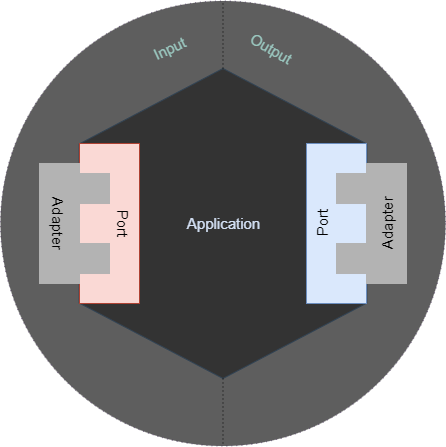
The draw.io diagram pic/六边形架构.drawio.png in guxdong/imgrepo, before a commit. Source tidied: cells renumbered, new cells last; positions are measured from the earlier drawing's top-left corner, leaving out a move shared by most shapes.
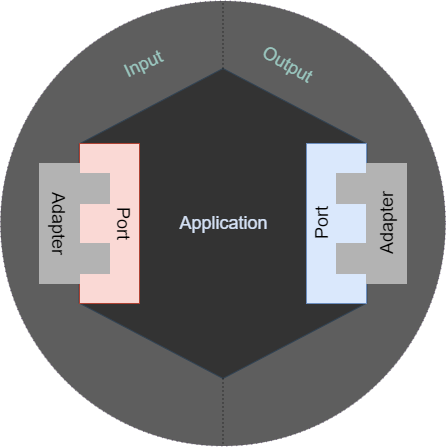
After the change.

Commit message:
更新六边形架构.drawio.png

What changed in the source:
```diff
@@ -2,71 +2,71 @@
   <root>
     <mxCell id="0" />
     <mxCell id="1" parent="0" />
-    <mxCell id="2" style="ellipse;whiteSpace=wrap;html=1;fillColor=#1A1A1A;strokeColor=#432D57;dashed=1;dashPattern=1 4;opacity=70;fontColor=#ffffff;fontSize=15;" parent="1" vertex="1">
+    <mxCell id="2" style="ellipse;whiteSpace=wrap;html=1;fillColor=#1A1A1A;strokeColor=#432D57;dashed=1;dashPattern=1 4;opacity=70;fontColor=#ffffff;fontSize=18;" parent="1" vertex="1">
       <mxGeometry y="0.5" width="445" height="445" as="geometry" />
     </mxCell>
-    <mxCell id="3" style="shape=hexagon;perimeter=hexagonPerimeter2;whiteSpace=wrap;html=1;fixedSize=1;size=75.5;rotation=90;fillColor=#333333;strokeColor=#314354;fontColor=#ffffff;fontSize=15;" parent="1" vertex="1">
+    <mxCell id="3" style="shape=hexagon;perimeter=hexagonPerimeter2;whiteSpace=wrap;html=1;fixedSize=1;size=75.5;rotation=90;fillColor=#333333;strokeColor=#314354;fontColor=#ffffff;fontSize=18;" parent="1" vertex="1">
       <mxGeometry x="67.5" y="79.1" width="310" height="287.8" as="geometry" />
     </mxCell>
-    <mxCell id="4" style="endArrow=none;dashed=1;html=1;dashPattern=1 3;strokeWidth=1;rounded=0;entryX=0.5;entryY=0;entryDx=0;entryDy=0;exitX=0;exitY=0.5;exitDx=0;exitDy=0;fontSize=15;" parent="1" edge="1" source="3" target="2">
+    <mxCell id="4" style="endArrow=none;dashed=1;html=1;dashPattern=1 3;strokeWidth=1;rounded=0;entryX=0.5;entryY=0;entryDx=0;entryDy=0;exitX=0;exitY=0.5;exitDx=0;exitDy=0;fontSize=18;" parent="1" edge="1" source="3" target="2">
       <mxGeometry relative="1" as="geometry" />
     </mxCell>
-    <mxCell id="5" style="endArrow=none;dashed=1;html=1;dashPattern=1 3;strokeWidth=1;rounded=0;exitX=1;exitY=0.5;exitDx=0;exitDy=0;entryX=0.5;entryY=1;entryDx=0;entryDy=0;fontSize=15;" parent="1" edge="1" source="3" target="2">
+    <mxCell id="5" style="endArrow=none;dashed=1;html=1;dashPattern=1 3;strokeWidth=1;rounded=0;exitX=1;exitY=0.5;exitDx=0;exitDy=0;entryX=0.5;entryY=1;entryDx=0;entryDy=0;fontSize=18;" parent="1" edge="1" source="3" target="2">
       <mxGeometry relative="1" as="geometry" />
     </mxCell>
-    <mxCell id="6" style="rounded=0;whiteSpace=wrap;html=1;fillColor=#fad9d5;strokeColor=#ae4132;fontSize=15;" parent="1" vertex="1">
+    <mxCell id="6" style="rounded=0;whiteSpace=wrap;html=1;fillColor=#fad9d5;strokeColor=#ae4132;fontSize=18;" parent="1" vertex="1">
       <mxGeometry x="79" y="143" width="60" height="160" as="geometry" />
     </mxCell>
-    <mxCell id="7" style="group;fillColor=none;glass=1;fontSize=15;" parent="1" vertex="1">
-      <mxGeometry x="39" y="163" width="109" height="120" as="geometry" />
+    <mxCell id="7" style="group;fillColor=none;glass=1;fontSize=18;" parent="1" vertex="1">
+      <mxGeometry x="39" y="163" width="114" height="120" as="geometry" />
     </mxCell>
-    <mxCell id="8" style="rounded=0;whiteSpace=wrap;html=1;fillColor=#B3B3B3;strokeColor=#B3B3B3;fontSize=15;" parent="7" vertex="1">
+    <mxCell id="8" style="rounded=0;whiteSpace=wrap;html=1;fillColor=#B3B3B3;strokeColor=#B3B3B3;fontSize=18;" parent="7" vertex="1">
       <mxGeometry x="40" y="10" width="30" height="30" as="geometry" />
     </mxCell>
-    <mxCell id="9" style="rounded=0;whiteSpace=wrap;html=1;fillColor=#B3B3B3;strokeColor=#B3B3B3;fontSize=15;" parent="7" vertex="1">
+    <mxCell id="9" style="rounded=0;whiteSpace=wrap;html=1;fillColor=#B3B3B3;strokeColor=#B3B3B3;fontSize=18;" parent="7" vertex="1">
       <mxGeometry width="40" height="120" as="geometry" />
     </mxCell>
-    <mxCell id="10" style="rounded=0;whiteSpace=wrap;html=1;fillColor=#B3B3B3;strokeColor=#B3B3B3;fontSize=15;" parent="7" vertex="1">
+    <mxCell id="10" style="rounded=0;whiteSpace=wrap;html=1;fillColor=#B3B3B3;strokeColor=#B3B3B3;fontSize=18;" parent="7" vertex="1">
       <mxGeometry x="40" y="80" width="30" height="30" as="geometry" />
     </mxCell>
-    <mxCell id="11" value="Adapter" style="text;html=1;align=center;verticalAlign=middle;strokeColor=none;fillColor=none;rotation=90;fontSize=15;" parent="7" vertex="1">
-      <mxGeometry x="-21" y="45" width="80" height="30" as="geometry" />
+    <mxCell id="11" value="Adapter" style="text;html=1;align=center;verticalAlign=middle;strokeColor=none;fillColor=none;rotation=90;fontSize=18;" parent="7" vertex="1">
+      <mxGeometry x="-26" y="40" width="90" height="40" as="geometry" />
     </mxCell>
-    <mxCell id="12" value="Port" style="text;html=1;align=center;verticalAlign=middle;strokeColor=none;fillColor=none;rotation=90;fontSize=15;" parent="7" vertex="1">
-      <mxGeometry x="59" y="45" width="50" height="30" as="geometry" />
+    <mxCell id="12" value="Port" style="text;html=1;align=center;verticalAlign=middle;strokeColor=none;fillColor=none;rotation=90;fontSize=18;" parent="7" vertex="1">
+      <mxGeometry x="54" y="40" width="60" height="40" as="geometry" />
     </mxCell>
-    <mxCell id="13" style="group;rotation=-180;" parent="1" vertex="1">
-      <mxGeometry x="306" y="143" width="100" height="160" as="geometry" />
+    <mxCell id="13" style="group;rotation=-180;fontSize=18;" parent="1" vertex="1">
+      <mxGeometry x="306" y="143" width="126" height="160" as="geometry" />
     </mxCell>
-    <mxCell id="14" style="rounded=0;whiteSpace=wrap;html=1;fillColor=#dae8fc;strokeColor=#6c8ebf;fontSize=15;direction=west;rotation=-180;" parent="13" vertex="1">
+    <mxCell id="14" style="rounded=0;whiteSpace=wrap;html=1;fillColor=#dae8fc;strokeColor=#6c8ebf;fontSize=18;direction=west;rotation=-180;" parent="13" vertex="1">
       <mxGeometry width="60" height="160" as="geometry" />
     </mxCell>
-    <mxCell id="15" style="group;fillColor=none;glass=1;fontSize=15;direction=west;rotation=-180;" parent="13" vertex="1">
-      <mxGeometry x="30" y="20" width="70" height="120" as="geometry" />
+    <mxCell id="15" style="group;fillColor=none;glass=1;fontSize=18;direction=west;rotation=-180;" parent="13" vertex="1">
+      <mxGeometry x="30" y="20" width="96" height="120" as="geometry" />
     </mxCell>
-    <mxCell id="16" style="rounded=0;whiteSpace=wrap;html=1;fillColor=#B3B3B3;strokeColor=#B3B3B3;fontSize=15;direction=west;rotation=-180;" parent="15" vertex="1">
+    <mxCell id="16" style="rounded=0;whiteSpace=wrap;html=1;fillColor=#B3B3B3;strokeColor=#B3B3B3;fontSize=18;direction=west;rotation=-180;" parent="15" vertex="1">
       <mxGeometry y="80" width="30" height="30" as="geometry" />
     </mxCell>
-    <mxCell id="17" style="rounded=0;whiteSpace=wrap;html=1;fillColor=#B3B3B3;strokeColor=#B3B3B3;fontSize=15;direction=west;rotation=-180;" parent="15" vertex="1">
+    <mxCell id="17" style="rounded=0;whiteSpace=wrap;html=1;fillColor=#B3B3B3;strokeColor=#B3B3B3;fontSize=18;direction=west;rotation=-180;" parent="15" vertex="1">
       <mxGeometry x="30" width="40" height="120" as="geometry" />
     </mxCell>
-    <mxCell id="18" style="rounded=0;whiteSpace=wrap;html=1;fillColor=#B3B3B3;strokeColor=#B3B3B3;fontSize=15;direction=west;rotation=-180;" parent="15" vertex="1">
+    <mxCell id="18" style="rounded=0;whiteSpace=wrap;html=1;fillColor=#B3B3B3;strokeColor=#B3B3B3;fontSize=18;direction=west;rotation=-180;" parent="15" vertex="1">
       <mxGeometry y="10" width="30" height="30" as="geometry" />
     </mxCell>
-    <mxCell id="19" value="Adapter" style="text;html=1;align=center;verticalAlign=middle;strokeColor=none;fillColor=none;rotation=-90;fontSize=15;" parent="15" vertex="1">
-      <mxGeometry x="11" y="45" width="80" height="30" as="geometry" />
+    <mxCell id="19" value="Adapter" style="text;html=1;align=center;verticalAlign=middle;strokeColor=none;fillColor=none;rotation=-90;fontSize=18;" parent="15" vertex="1">
+      <mxGeometry x="6" y="40" width="90" height="40" as="geometry" />
     </mxCell>
-    <mxCell id="20" value="Port" style="text;html=1;align=center;verticalAlign=middle;strokeColor=none;fillColor=none;rotation=-90;fontSize=15;" parent="13" vertex="1">
-      <mxGeometry x="-9" y="65" width="50" height="30" as="geometry" />
+    <mxCell id="20" value="Port" style="text;html=1;align=center;verticalAlign=middle;strokeColor=none;fillColor=none;rotation=-90;fontSize=18;" parent="13" vertex="1">
+      <mxGeometry x="-14" y="60" width="60" height="40" as="geometry" />
     </mxCell>
-    <mxCell id="21" value="&lt;font color=&quot;#d4e1f5&quot; style=&quot;font-size: 15px;&quot;&gt;Application&lt;/font&gt;" style="text;html=1;align=center;verticalAlign=middle;strokeColor=none;fillColor=none;fontColor=#7EA6E0;" parent="1" vertex="1">
-      <mxGeometry x="172.5" y="208" width="100" height="30" as="geometry" />
+    <mxCell id="21" value="&lt;font color=&quot;#d4e1f5&quot; style=&quot;font-size: 18px;&quot;&gt;Application&lt;/font&gt;" style="text;html=1;align=center;verticalAlign=middle;strokeColor=none;fillColor=none;fontColor=#7EA6E0;fontSize=18;" parent="1" vertex="1">
+      <mxGeometry x="167.5" y="203" width="110" height="40" as="geometry" />
     </mxCell>
-    <mxCell id="22" value="Input" style="text;html=1;align=center;verticalAlign=middle;strokeColor=none;fillColor=none;fontColor=#9AC7BF;fontSize=15;rotation=-25;" parent="1" vertex="1">
-      <mxGeometry x="139" y="33" width="60" height="30" as="geometry" />
+    <mxCell id="22" value="Input" style="text;html=1;align=center;verticalAlign=middle;strokeColor=none;fillColor=none;fontColor=#9AC7BF;fontSize=18;rotation=-25;" parent="1" vertex="1">
+      <mxGeometry x="112.5" y="44.1" width="60" height="40" as="geometry" />
     </mxCell>
-    <mxCell id="23" value="Output" style="text;html=1;align=center;verticalAlign=middle;strokeColor=none;fillColor=none;fontColor=#9AC7BF;fontSize=15;rotation=30;" parent="1" vertex="1">
-      <mxGeometry x="236" y="33" width="70" height="30" as="geometry" />
+    <mxCell id="23" value="Output" style="text;html=1;align=center;verticalAlign=middle;strokeColor=none;fillColor=none;fontColor=#9AC7BF;fontSize=18;rotation=30;" parent="1" vertex="1">
+      <mxGeometry x="247" y="44.1" width="80" height="40" as="geometry" />
     </mxCell>
   </root>
 </mxGraphModel>
```
